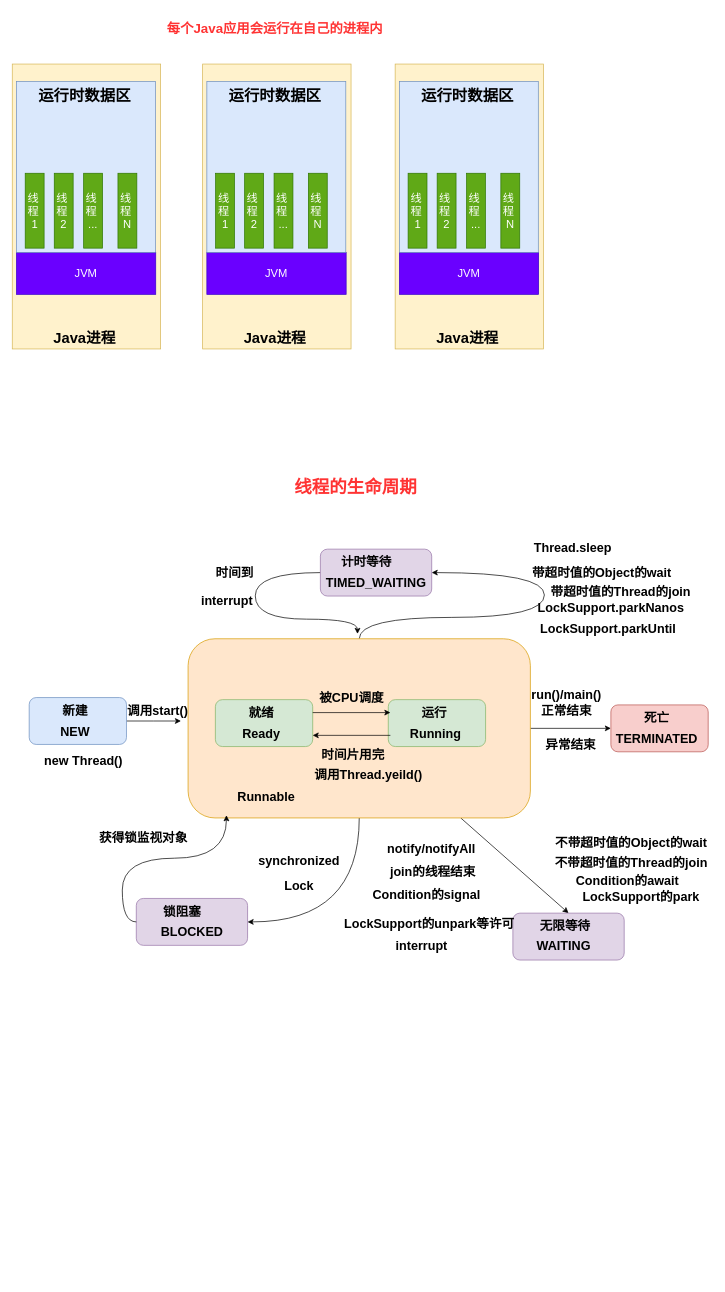
The draw.io diagram page "多线程基础" (3 of 4) of JUC并发编程.drawio in pkqzyh/pkqzyh.github.io, before the edit. Source tidied: cells renumbered, new cells numbered last; positions are measured from the earlier drawing's top-left corner, leaving out a move shared by most shapes. Both pictures are drawn from the tidied source at 70%, with x=0, y=0 at pixel (12, 20).
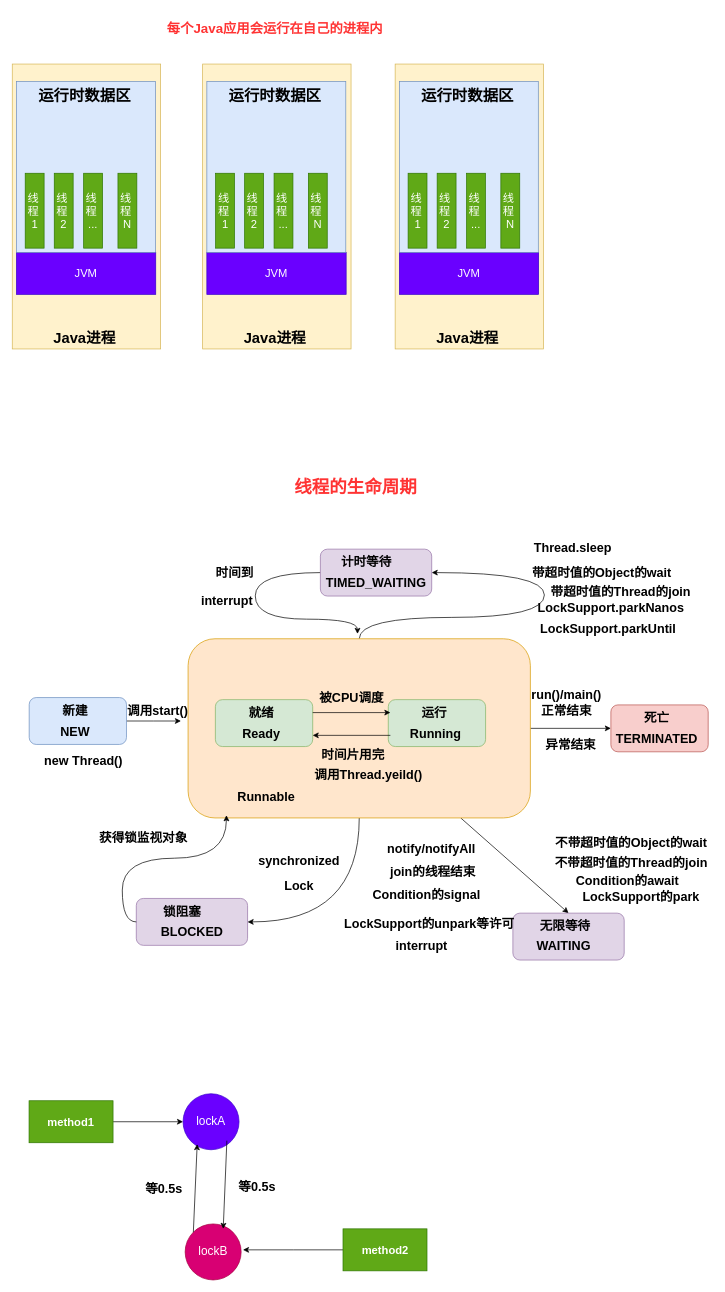
Above is the later version.

Commit message:
更新JUC并发编程.drawio

Diff of the diagram source:
```diff
@@
+    <mxCell id="89" style="edgeStyle=orthogonalEdgeStyle;rounded=0;jettySize=auto;html=1;" parent="1" edge="1" source="90" target="91">
+      <mxGeometry relative="1" as="geometry" />
+    </mxCell>
+    <mxCell id="90" value="&lt;span style=&quot;font-size: 16px;&quot;&gt;&lt;b&gt;method1&lt;/b&gt;&lt;/span&gt;" style="rounded=0;whiteSpace=wrap;html=1;fillColor=#60a917;strokeColor=#2D7600;fontColor=#ffffff;" parent="1" vertex="1">
+      <mxGeometry x="24" y="1544" width="120" height="60" as="geometry" />
+    </mxCell>
+    <mxCell id="91" value="&lt;font style=&quot;font-size: 17px;&quot;&gt;lockA&lt;/font&gt;" style="ellipse;whiteSpace=wrap;html=1;fillColor=#6a00ff;strokeColor=#3700CC;rounded=0;fontColor=#ffffff;" parent="1" vertex="1">
+      <mxGeometry x="244" y="1534" width="80" height="80" as="geometry" />
+    </mxCell>
+    <mxCell id="92" value="&lt;font style=&quot;font-size: 17px;&quot;&gt;lockB&lt;/font&gt;" style="ellipse;whiteSpace=wrap;html=1;fillColor=#d80073;strokeColor=#A50040;rounded=0;fontColor=#ffffff;" parent="1" vertex="1">
+      <mxGeometry x="247" y="1720" width="80" height="80" as="geometry" />
+    </mxCell>
+    <mxCell id="93" style="edgeStyle=orthogonalEdgeStyle;rounded=0;jettySize=auto;html=1;" parent="1" edge="1" source="94">
+      <mxGeometry relative="1" as="geometry">
+        <mxPoint x="329.6" y="1757" as="targetPoint" />
+      </mxGeometry>
+    </mxCell>
+    <mxCell id="94" value="&lt;span style=&quot;font-size: 16px;&quot;&gt;&lt;b&gt;method2&lt;/b&gt;&lt;/span&gt;" style="rounded=0;whiteSpace=wrap;html=1;fillColor=#60a917;strokeColor=#2D7600;fontColor=#ffffff;" parent="1" vertex="1">
+      <mxGeometry x="472.5" y="1727" width="120" height="60" as="geometry" />
+    </mxCell>
+    <mxCell id="95" style="endArrow=classic;html=1;rounded=0;exitX=0;exitY=0;exitDx=0;exitDy=0;" parent="1" edge="1" source="92">
+      <mxGeometry relative="1" as="geometry">
+        <mxPoint x="264.2" y="1606" as="targetPoint" />
+      </mxGeometry>
+    </mxCell>
+    <mxCell id="96" style="endArrow=classic;html=1;rounded=0;exitX=0;exitY=0;exitDx=0;exitDy=0;" parent="1" edge="1">
+      <mxGeometry relative="1" as="geometry">
+        <mxPoint x="306.6" y="1601" as="sourcePoint" />
+        <mxPoint x="301.4" y="1727" as="targetPoint" />
+      </mxGeometry>
+    </mxCell>
+    <mxCell id="97" value="&lt;span style=&quot;font-size: 18px;&quot;&gt;&lt;b&gt;等0.5s&lt;/b&gt;&lt;/span&gt;" style="text;html=1;align=center;verticalAlign=middle;whiteSpace=wrap;rounded=0;" parent="1" vertex="1">
+      <mxGeometry x="172" y="1655" width="90" height="30" as="geometry" />
+    </mxCell>
+    <mxCell id="98" value="&lt;span style=&quot;font-size: 18px;&quot;&gt;&lt;b&gt;等0.5s&lt;/b&gt;&lt;/span&gt;" style="text;html=1;align=center;verticalAlign=middle;whiteSpace=wrap;rounded=0;" parent="1" vertex="1">
+      <mxGeometry x="305" y="1652" width="90" height="30" as="geometry" />
+    </mxCell>
```
